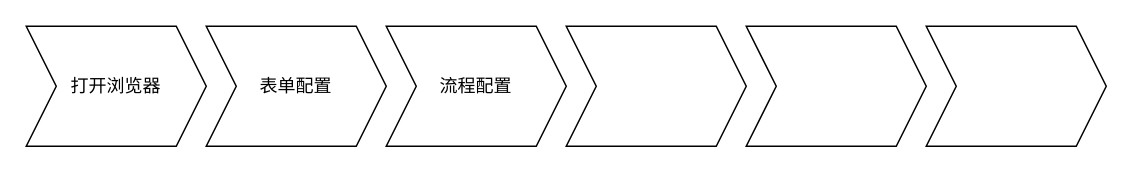
This is 低——研究内容——低代码开发框架.drawio from tangyaosimida/love, a draw.io file, before an edit. Source tidied: cells renumbered, new cells numbered last; positions are measured from the earlier drawing's top-left corner, leaving out a move shared by most shapes. Both pictures are drawn from the tidied source at 150%, with x=0, y=0 at pixel (26, 26).
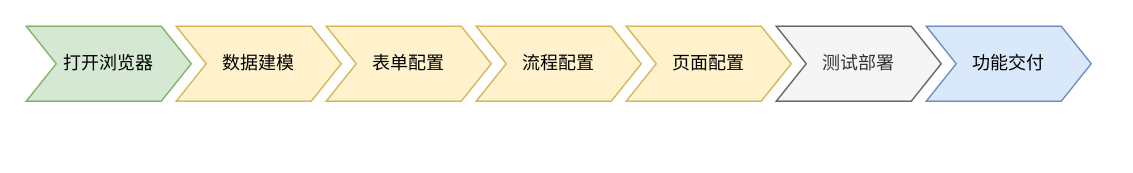
After the change.

Commit message (it also covers changes not shown here):
更新低——研究内容——低代码开发框架.drawio

The edit, as a diff of the source:
```diff
@@
 <mxGraphModel>
   <root>
     <mxCell id="0" />
     <mxCell id="1" parent="0" />
-    <mxCell id="2" value="打开浏览器" style="shape=step;perimeter=stepPerimeter;whiteSpace=wrap;html=1;fixedSize=1;" parent="1" vertex="1">
-      <mxGeometry width="120" height="80" as="geometry" />
+    <mxCell id="2" value="打开浏览器" style="shape=step;perimeter=stepPerimeter;whiteSpace=wrap;html=1;fixedSize=1;fillColor=#d5e8d4;strokeColor=#82b366;" parent="1" vertex="1">
+      <mxGeometry width="110" height="50" as="geometry" />
     </mxCell>
+    <mxCell id="8" value="数据建模" style="shape=step;perimeter=stepPerimeter;whiteSpace=wrap;html=1;fixedSize=1;fillColor=#fff2cc;strokeColor=#d6b656;" parent="1" vertex="1">
+      <mxGeometry x="100" width="110" height="50" as="geometry" />
+    </mxCell>
-    <mxCell id="3" value="表单配置" style="shape=step;perimeter=stepPerimeter;whiteSpace=wrap;html=1;fixedSize=1;" parent="1" vertex="1">
-      <mxGeometry x="120" width="120" height="80" as="geometry" />
+    <mxCell id="3" value="表单配置" style="shape=step;perimeter=stepPerimeter;whiteSpace=wrap;html=1;fixedSize=1;fillColor=#fff2cc;strokeColor=#d6b656;" parent="1" vertex="1">
+      <mxGeometry x="200" width="110" height="50" as="geometry" />
     </mxCell>
-    <mxCell id="4" value="流程配置" style="shape=step;perimeter=stepPerimeter;whiteSpace=wrap;html=1;fixedSize=1;" parent="1" vertex="1">
-      <mxGeometry x="240" width="120" height="80" as="geometry" />
+    <mxCell id="4" value="流程配置" style="shape=step;perimeter=stepPerimeter;whiteSpace=wrap;html=1;fixedSize=1;fillColor=#fff2cc;strokeColor=#d6b656;" parent="1" vertex="1">
+      <mxGeometry x="300" width="110" height="50" as="geometry" />
     </mxCell>
-    <mxCell id="5" style="shape=step;perimeter=stepPerimeter;whiteSpace=wrap;html=1;fixedSize=1;" parent="1" vertex="1">
-      <mxGeometry x="360" width="120" height="80" as="geometry" />
-    </mxCell>
-    <mxCell id="6" style="shape=step;perimeter=stepPerimeter;whiteSpace=wrap;html=1;fixedSize=1;" parent="1" vertex="1">
-      <mxGeometry x="480" width="120" height="80" as="geometry" />
-    </mxCell>
-    <mxCell id="7" style="shape=step;perimeter=stepPerimeter;whiteSpace=wrap;html=1;fixedSize=1;" parent="1" vertex="1">
-      <mxGeometry x="600" width="120" height="80" as="geometry" />
-    </mxCell>
+    <mxCell id="9" value="页面配置" style="shape=step;perimeter=stepPerimeter;whiteSpace=wrap;html=1;fixedSize=1;fillColor=#fff2cc;strokeColor=#d6b656;" parent="1" vertex="1">
+      <mxGeometry x="400" width="110" height="50" as="geometry" />
+    </mxCell>
+    <mxCell id="10" value="测试部署" style="shape=step;perimeter=stepPerimeter;whiteSpace=wrap;html=1;fixedSize=1;fillColor=#f5f5f5;strokeColor=#666666;fontColor=#333333;" parent="1" vertex="1">
+      <mxGeometry x="500" width="110" height="50" as="geometry" />
+    </mxCell>
+    <mxCell id="11" value="功能交付" style="shape=step;perimeter=stepPerimeter;whiteSpace=wrap;html=1;fixedSize=1;fillColor=#dae8fc;strokeColor=#6c8ebf;" parent="1" vertex="1">
+      <mxGeometry x="600" width="110" height="50" as="geometry" />
+    </mxCell>
   </root>
 </mxGraphModel>
```
